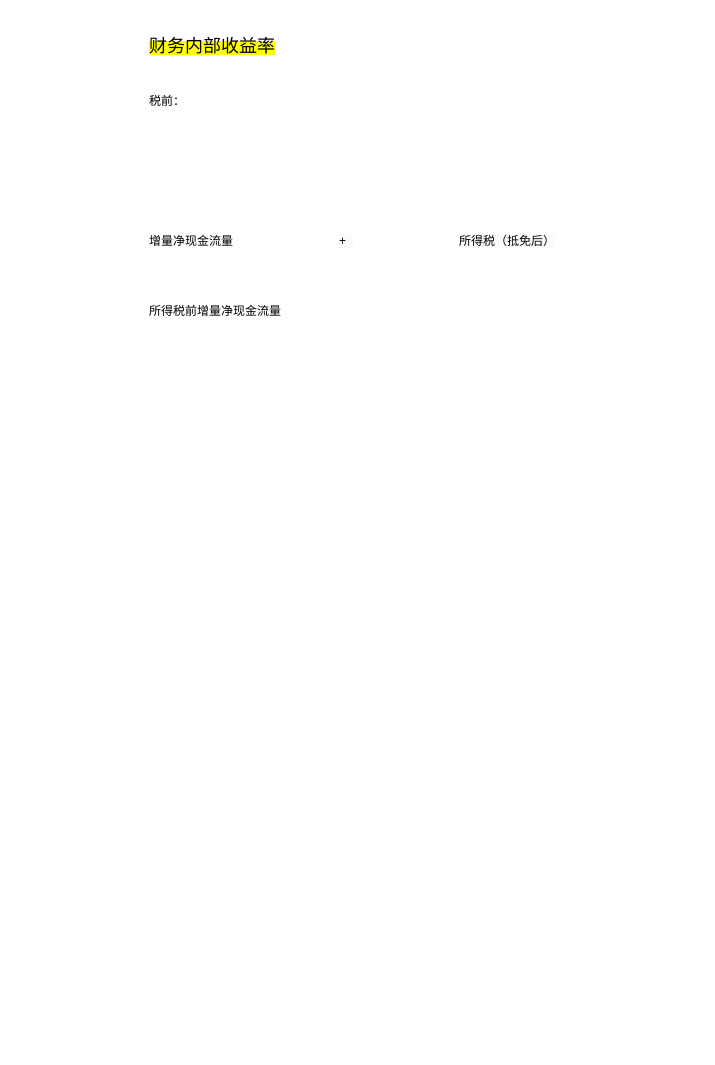
The draw.io diagram page "Page-3" (3 of 3) of Untitled Diagram.drawio in Yatttin/attention-nmt, before the edit. Source tidied: cells renumbered, new cells numbered last; positions are measured from the earlier drawing's top-left corner, leaving out a move shared by most shapes. Both pictures are drawn from the tidied source at 100%, with x=0, y=0 at pixel (147, 17).
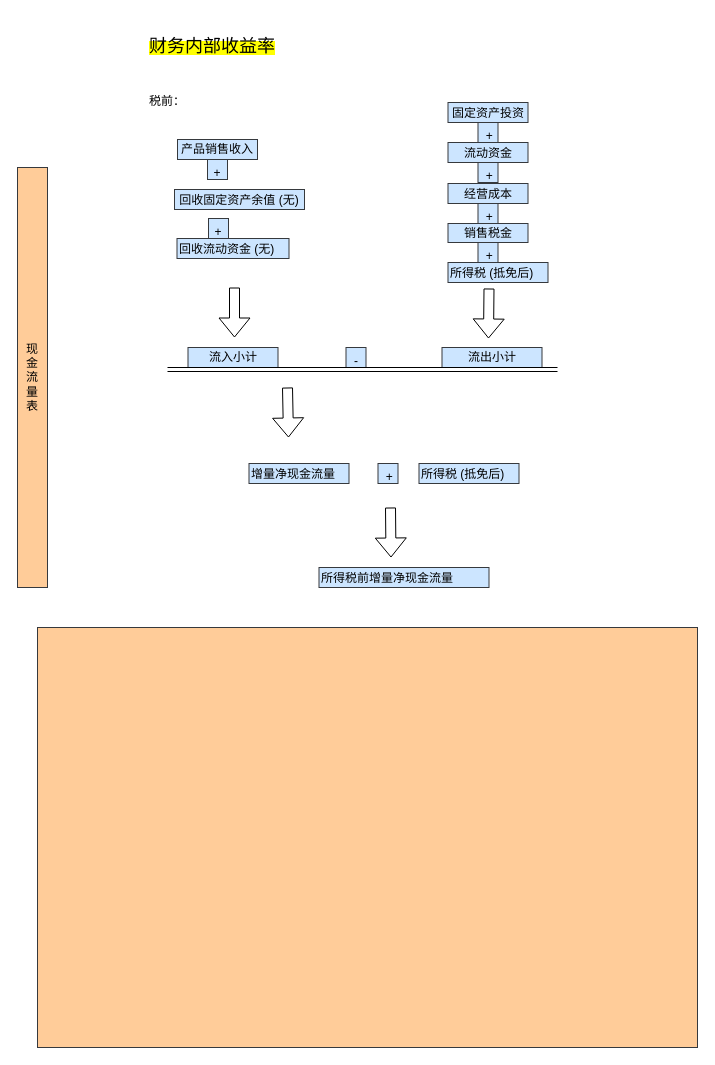
The same page after the edit.

Change to the diagram source:
```diff
@@
+    <mxCell id="8" style="rounded=0;whiteSpace=wrap;html=1;fontFamily=Helvetica;fontSize=12;fillColor=#ffcc99;strokeColor=#36393d;" parent="1" vertex="1">
+      <mxGeometry x="-110" y="610" width="660" height="420" as="geometry" />
+    </mxCell>
@@
-    <mxCell id="3" value="所得税前增量净现金流量" style="text;whiteSpace=wrap;" parent="1" vertex="1">
-      <mxGeometry y="280" width="170" height="40" as="geometry" />
+    <mxCell id="3" value="所得税前增量净现金流量" style="text;whiteSpace=wrap;fillColor=#cce5ff;strokeColor=#36393d;verticalAlign=bottom;" parent="1" vertex="1">
+      <mxGeometry x="171.5" y="550" width="170" height="20" as="geometry" />
     </mxCell>
     <mxCell id="4" value="税前：" style="text;whiteSpace=wrap;" parent="1" vertex="1">
-      <mxGeometry y="70" width="170" height="30" as="geometry" />
+      <mxGeometry y="70" width="80" height="30" as="geometry" />
     </mxCell>
-    <mxCell id="5" value="增量净现金流量  " style="text;whiteSpace=wrap;" parent="1" vertex="1">
-      <mxGeometry y="210" width="300" height="40" as="geometry" />
+    <mxCell id="5" value="所得税 (抵免后)" style="text;whiteSpace=wrap;fillColor=#cce5ff;strokeColor=#36393d;verticalAlign=bottom;" parent="1" vertex="1">
+      <mxGeometry x="271.5" y="446" width="100" height="20" as="geometry" />
     </mxCell>
-    <mxCell id="6" value="&lt;span style=&quot;color: rgb(0, 0, 0); font-family: Helvetica; font-size: 12px; font-style: normal; font-variant-ligatures: normal; font-variant-caps: normal; font-weight: 400; letter-spacing: normal; orphans: 2; text-align: left; text-indent: 0px; text-transform: none; widows: 2; word-spacing: 0px; -webkit-text-stroke-width: 0px; background-color: rgb(251, 251, 251); text-decoration-thickness: initial; text-decoration-style: initial; text-decoration-color: initial; float: none; display: inline !important;&quot;&gt;所得税（抵免后）&lt;/span&gt;" style="text;whiteSpace=wrap;html=1;" parent="1" vertex="1">
-      <mxGeometry x="310" y="210" width="140" height="40" as="geometry" />
-    </mxCell>
-    <mxCell id="7" value="&lt;span style=&quot;color: rgb(0, 0, 0); font-family: Helvetica; font-size: 12px; font-style: normal; font-variant-ligatures: normal; font-variant-caps: normal; font-weight: 400; letter-spacing: normal; orphans: 2; text-align: left; text-indent: 0px; text-transform: none; widows: 2; word-spacing: 0px; -webkit-text-stroke-width: 0px; background-color: rgb(251, 251, 251); text-decoration-thickness: initial; text-decoration-style: initial; text-decoration-color: initial; float: none; display: inline !important;&quot;&gt;+&amp;nbsp;&lt;span&gt;&amp;nbsp;&lt;/span&gt;&lt;/span&gt;" style="text;whiteSpace=wrap;html=1;" parent="1" vertex="1">
-      <mxGeometry x="190" y="210" width="50" height="40" as="geometry" />
+    <mxCell id="7" value="&lt;div style=&quot;text-align: justify;&quot;&gt;&lt;span style=&quot;background-color: initial;&quot;&gt;+&amp;nbsp;&lt;/span&gt;&lt;/div&gt;" style="text;whiteSpace=wrap;html=1;fillColor=#cce5ff;strokeColor=#36393d;align=right;" parent="1" vertex="1">
+      <mxGeometry x="230.5" y="446" width="20" height="20" as="geometry" />
     </mxCell>
+    <mxCell id="9" style="shape=flexArrow;endArrow=classic;html=1;rounded=0;fontFamily=Helvetica;fontSize=12;fontColor=default;" parent="1" edge="1">
+      <mxGeometry relative="1" as="geometry">
+        <mxPoint x="243" y="490" as="sourcePoint" />
+        <mxPoint x="243.5" y="540" as="targetPoint" />
+      </mxGeometry>
+    </mxCell>
+    <mxCell id="10" value="流入小计" style="rounded=0;whiteSpace=wrap;html=1;fontFamily=Helvetica;fontSize=12;fillColor=#cce5ff;strokeColor=#36393d;" parent="1" vertex="1">
+      <mxGeometry x="40.5" y="330" width="90" height="20" as="geometry" />
+    </mxCell>
+    <mxCell id="11" value="流出小计" style="rounded=0;whiteSpace=wrap;html=1;fontFamily=Helvetica;fontSize=12;fillColor=#cce5ff;strokeColor=#36393d;" parent="1" vertex="1">
+      <mxGeometry x="294.5" y="330" width="100" height="20" as="geometry" />
+    </mxCell>
+    <mxCell id="12" value="&lt;div style=&quot;&quot;&gt;-&lt;/div&gt;" style="text;whiteSpace=wrap;html=1;fillColor=#cce5ff;strokeColor=#36393d;align=center;direction=south;" parent="1" vertex="1">
+      <mxGeometry x="198.5" y="330" width="20" height="20" as="geometry" />
+    </mxCell>
+    <mxCell id="13" style="shape=flexArrow;endArrow=classic;html=1;rounded=0;fontFamily=Helvetica;fontSize=12;fontColor=default;" parent="1" edge="1">
+      <mxGeometry relative="1" as="geometry">
+        <mxPoint x="140" y="370" as="sourcePoint" />
+        <mxPoint x="141" y="420" as="targetPoint" />
+      </mxGeometry>
+    </mxCell>
+    <mxCell id="14" value="现&lt;br&gt;金&lt;br&gt;流&lt;br&gt;量&lt;br&gt;表" style="rounded=0;whiteSpace=wrap;html=1;fontFamily=Helvetica;fontSize=12;fillColor=#ffcc99;strokeColor=#36393d;" parent="1" vertex="1">
+      <mxGeometry x="-130" y="150" width="30" height="420" as="geometry" />
+    </mxCell>
+    <mxCell id="15" value="产品销售收入" style="rounded=0;whiteSpace=wrap;html=1;fontFamily=Helvetica;fontSize=12;fillColor=#cce5ff;strokeColor=#36393d;align=center;" parent="1" vertex="1">
+      <mxGeometry x="30" y="122" width="80" height="20" as="geometry" />
+    </mxCell>
+    <mxCell id="16" value="回收固定资产余值 (无)" style="text;whiteSpace=wrap;fontSize=12;fontFamily=Helvetica;fillColor=#cce5ff;strokeColor=#36393d;align=center;verticalAlign=bottom;" parent="1" vertex="1">
+      <mxGeometry x="27" y="172" width="130" height="20" as="geometry" />
+    </mxCell>
+    <mxCell id="17" value="&lt;div style=&quot;&quot;&gt;&lt;span style=&quot;background-color: initial;&quot;&gt;+&lt;/span&gt;&lt;/div&gt;" style="text;whiteSpace=wrap;html=1;fillColor=#cce5ff;strokeColor=#36393d;align=center;" parent="1" vertex="1">
+      <mxGeometry x="60" y="142" width="20" height="20" as="geometry" />
+    </mxCell>
+    <mxCell id="18" value="&lt;div style=&quot;&quot;&gt;&lt;span style=&quot;background-color: initial;&quot;&gt;+&lt;/span&gt;&lt;/div&gt;" style="text;whiteSpace=wrap;html=1;fillColor=#cce5ff;strokeColor=#36393d;align=center;" parent="1" vertex="1">
+      <mxGeometry x="61" y="201" width="20" height="20" as="geometry" />
+    </mxCell>
+    <mxCell id="19" value="增量净现金流量  " style="text;whiteSpace=wrap;fillColor=#cce5ff;strokeColor=#36393d;verticalAlign=bottom;" parent="1" vertex="1">
+      <mxGeometry x="101.5" y="446" width="100" height="20" as="geometry" />
+    </mxCell>
+    <mxCell id="20" style="shape=flexArrow;endArrow=classic;html=1;rounded=0;fontFamily=Helvetica;fontSize=12;fontColor=default;" parent="1" edge="1">
+      <mxGeometry relative="1" as="geometry">
+        <mxPoint x="87" y="270" as="sourcePoint" />
+        <mxPoint x="87" y="320" as="targetPoint" />
+      </mxGeometry>
+    </mxCell>
+    <mxCell id="21" value="经营成本" style="text;whiteSpace=wrap;html=1;fontSize=12;fontFamily=Helvetica;fillColor=#cce5ff;strokeColor=#36393d;verticalAlign=bottom;align=center;" parent="1" vertex="1">
+      <mxGeometry x="300.5" y="166" width="80" height="20" as="geometry" />
+    </mxCell>
+    <mxCell id="22" value="&lt;div style=&quot;&quot;&gt;&lt;span style=&quot;background-color: initial;&quot;&gt;销售税金&lt;/span&gt;&lt;/div&gt;" style="text;whiteSpace=wrap;html=1;fontSize=12;fontFamily=Helvetica;fillColor=#cce5ff;strokeColor=#36393d;align=center;verticalAlign=bottom;" parent="1" vertex="1">
+      <mxGeometry x="300.5" y="206" width="80" height="19" as="geometry" />
+    </mxCell>
+    <mxCell id="23" value="&lt;div style=&quot;text-align: justify;&quot;&gt;&lt;span style=&quot;background-color: initial;&quot;&gt;+&amp;nbsp;&lt;/span&gt;&lt;/div&gt;" style="text;whiteSpace=wrap;html=1;fillColor=#cce5ff;strokeColor=#36393d;align=right;" parent="1" vertex="1">
+      <mxGeometry x="330.5" y="105" width="20" height="20" as="geometry" />
+    </mxCell>
+    <mxCell id="24" value="&lt;div style=&quot;text-align: justify;&quot;&gt;&lt;span style=&quot;background-color: initial;&quot;&gt;+&amp;nbsp;&lt;/span&gt;&lt;/div&gt;" style="text;whiteSpace=wrap;html=1;fillColor=#cce5ff;strokeColor=#36393d;align=right;" parent="1" vertex="1">
+      <mxGeometry x="330.5" y="145" width="20" height="20" as="geometry" />
+    </mxCell>
+    <mxCell id="25" value="&lt;div style=&quot;text-align: justify;&quot;&gt;&lt;span style=&quot;background-color: initial;&quot;&gt;+&amp;nbsp;&lt;/span&gt;&lt;/div&gt;" style="text;whiteSpace=wrap;html=1;fillColor=#cce5ff;strokeColor=#36393d;align=right;" parent="1" vertex="1">
+      <mxGeometry x="330.5" y="186" width="20" height="20" as="geometry" />
+    </mxCell>
+    <mxCell id="26" style="shape=flexArrow;endArrow=classic;html=1;rounded=0;fontFamily=Helvetica;fontSize=12;fontColor=default;" parent="1" edge="1">
+      <mxGeometry relative="1" as="geometry">
+        <mxPoint x="341.5" y="271" as="sourcePoint" />
+        <mxPoint x="341" y="321" as="targetPoint" />
+      </mxGeometry>
+    </mxCell>
+    <mxCell id="27" value="流动资金" style="text;whiteSpace=wrap;html=1;fontSize=12;fontFamily=Helvetica;fillColor=#cce5ff;strokeColor=#36393d;verticalAlign=bottom;align=center;" parent="1" vertex="1">
+      <mxGeometry x="300.5" y="125" width="80" height="20" as="geometry" />
+    </mxCell>
+    <mxCell id="28" value="固定资产投资" style="text;whiteSpace=wrap;html=1;fontSize=12;fontFamily=Helvetica;fillColor=#cce5ff;strokeColor=#36393d;verticalAlign=bottom;align=center;" parent="1" vertex="1">
+      <mxGeometry x="300.5" y="85" width="80" height="20" as="geometry" />
+    </mxCell>
+    <mxCell id="29" value="所得税 (抵免后)" style="text;whiteSpace=wrap;fillColor=#cce5ff;strokeColor=#36393d;verticalAlign=bottom;" parent="1" vertex="1">
+      <mxGeometry x="300.5" y="245" width="100" height="20" as="geometry" />
+    </mxCell>
+    <mxCell id="30" value="&lt;div style=&quot;text-align: justify;&quot;&gt;&lt;span style=&quot;background-color: initial;&quot;&gt;+&amp;nbsp;&lt;/span&gt;&lt;/div&gt;" style="text;whiteSpace=wrap;html=1;fillColor=#cce5ff;strokeColor=#36393d;align=right;" parent="1" vertex="1">
+      <mxGeometry x="330.5" y="225" width="20" height="20" as="geometry" />
+    </mxCell>
+    <mxCell id="31" value="回收流动资金 (无)" style="text;whiteSpace=wrap;fontSize=12;fontFamily=Helvetica;fillColor=#cce5ff;strokeColor=#36393d;verticalAlign=bottom;" parent="1" vertex="1">
+      <mxGeometry x="29.5" y="221" width="112" height="20" as="geometry" />
+    </mxCell>
+    <mxCell id="32" style="endArrow=none;html=1;rounded=0;fontFamily=Helvetica;fontSize=12;fontColor=default;shape=link;" parent="1" edge="1">
+      <mxGeometry relative="1" as="geometry">
+        <mxPoint x="20" y="352" as="sourcePoint" />
+        <mxPoint x="410" y="352" as="targetPoint" />
+      </mxGeometry>
+    </mxCell>
```
